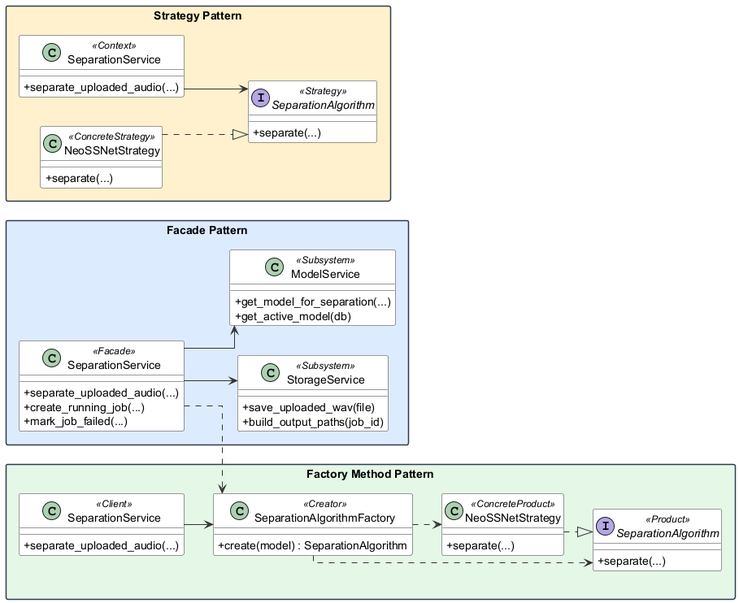
Before: docs/software_design_report/diagrams/img/overall_class_diagram_main.png, a diagram exported from PlantUML (ASHRAF-2004/Machine-Learning-Based-System-for-Cardiopulmonary-Sound-Separation).
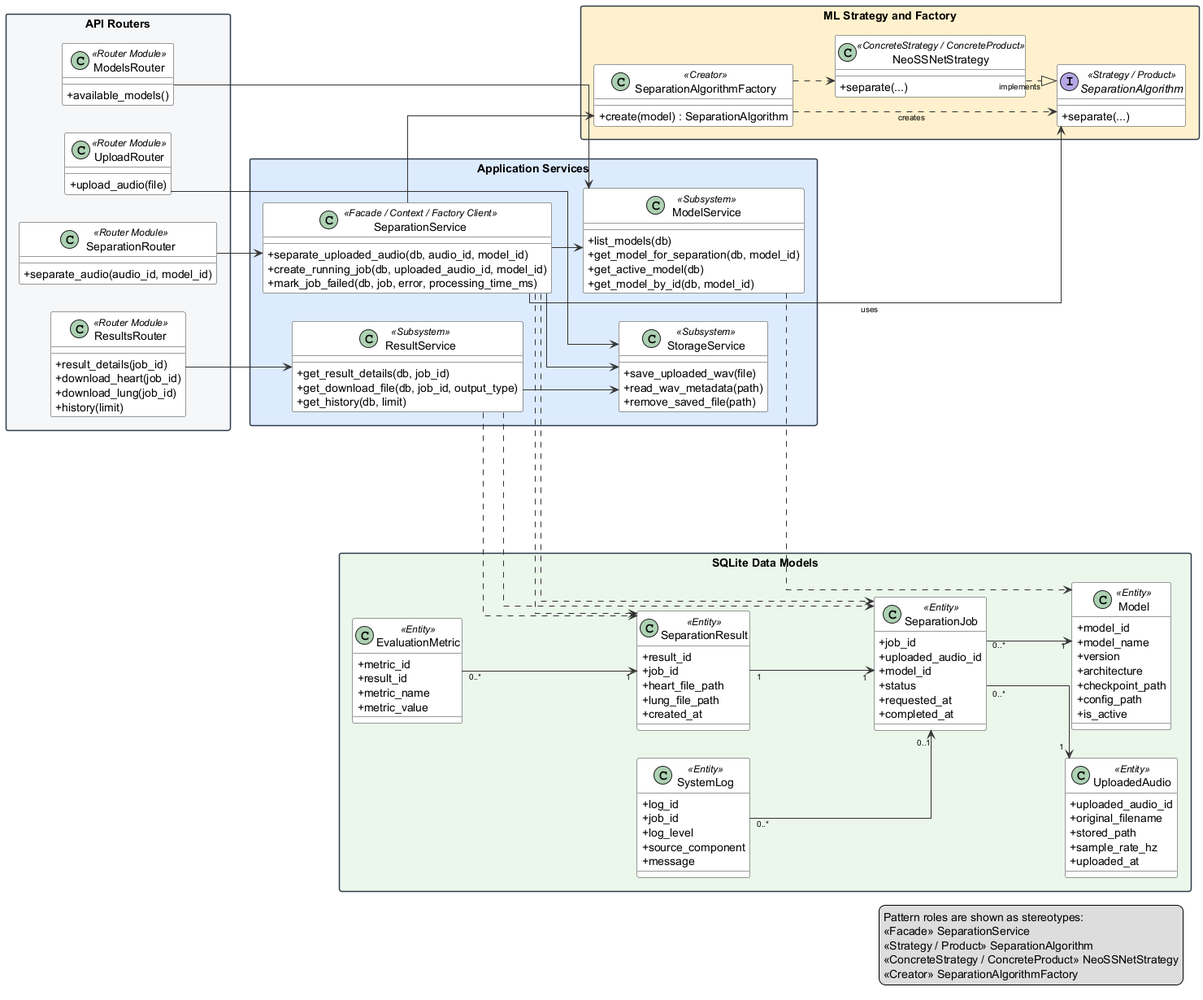
The same diagram one commit later.

Commit message:
Fix overall class diagram to show full system structure

The edit, as a diff of the source:
```diff
@@ -5,8 +5,9 @@
 skinparam linetype ortho
 skinparam shadowing false
 skinparam packageStyle rectangle
-skinparam nodesep 36
-skinparam ranksep 36
+skinparam nodesep 34
+skinparam ranksep 38
+skinparam ArrowFontSize 10
 skinparam class {
   BackgroundColor #FFFFFF
   BorderColor #333333
@@ -17,67 +18,152 @@
   FontStyle bold
 }
 
-package "Facade Pattern" as FacadePkg #DCEBFF {
-  class "SeparationService" as FacadeService <<Facade>> {
-    +separate_uploaded_audio(...)
-    +create_running_job(...)
-    +mark_job_failed(...)
+package "API Routers" as Routers #F4F6F8 {
+  class UploadRouter <<Router Module>> {
+    +upload_audio(file)
   }
 
-  class "StorageService" as FacadeStorage <<Subsystem>> {
-    +save_uploaded_wav(file)
-    +build_output_paths(job_id)
+  class SeparationRouter <<Router Module>> {
+    +separate_audio(audio_id, model_id)
   }
 
-  class "ModelService" as FacadeModel <<Subsystem>> {
-    +get_model_for_separation(...)
-    +get_active_model(db)
+  class ModelsRouter <<Router Module>> {
+    +available_models()
   }
 
-  FacadeService --> FacadeModel
-  FacadeService --> FacadeStorage
+  class ResultsRouter <<Router Module>> {
+    +result_details(job_id)
+    +download_heart(job_id)
+    +download_lung(job_id)
+    +history(limit)
+  }
 }
 
-package "Strategy Pattern" as StrategyPkg #FFF1CC {
-  class "SeparationService" as StrategyContext <<Context>> {
-    +separate_uploaded_audio(...)
+package "Application Services" as Services #DCEBFF {
+  class SeparationService <<Facade / Context / Factory Client>> {
+    +separate_uploaded_audio(db, audio_id, model_id)
+    +create_running_job(db, uploaded_audio_id, model_id)
+    +mark_job_failed(db, job, error, processing_time_ms)
   }
 
-  interface "SeparationAlgorithm" as StrategyInterface <<Strategy>> {
+  class ModelService <<Subsystem>> {
+    +list_models(db)
+    +get_model_for_separation(db, model_id)
+    +get_active_model(db)
+    +get_model_by_id(db, model_id)
+  }
+
+  class StorageService <<Subsystem>> {
+    +save_uploaded_wav(file)
+    +read_wav_metadata(path)
+    +remove_saved_file(path)
+  }
+
+  class ResultService <<Subsystem>> {
+    +get_result_details(db, job_id)
+    +get_download_file(db, job_id, output_type)
+    +get_history(db, limit)
+  }
+}
+
+package "ML Strategy and Factory" as ML #FFF1CC {
+  class SeparationAlgorithmFactory <<Creator>> {
+    +create(model) : SeparationAlgorithm
+  }
+
+  interface SeparationAlgorithm <<Strategy / Product>> {
     +separate(...)
   }
 
-  class "NeoSSNetStrategy" as StrategyConcrete <<ConcreteStrategy>> {
+  class NeoSSNetStrategy <<ConcreteStrategy / ConcreteProduct>> {
     +separate(...)
   }
-
-  StrategyContext --> StrategyInterface
-  StrategyConcrete ..|> StrategyInterface
 }
 
-package "Factory Method Pattern" as FactoryPkg #E4F7E7 {
-  class "SeparationService" as FactoryClient <<Client>> {
-    +separate_uploaded_audio(...)
+package "SQLite Data Models" as Data #EAF7EA {
+  class UploadedAudio <<Entity>> {
+    +uploaded_audio_id
+    +original_filename
+    +stored_path
+    +sample_rate_hz
+    +uploaded_at
   }
 
-  class "SeparationAlgorithmFactory" as FactoryCreator <<Creator>> {
-    +create(model) : SeparationAlgorithm
+  class Model <<Entity>> {
+    +model_id
+    +model_name
+    +version
+    +architecture
+    +checkpoint_path
+    +config_path
+    +is_active
   }
 
-  interface "SeparationAlgorithm" as FactoryProduct <<Product>> {
-    +separate(...)
+  class SeparationJob <<Entity>> {
+    +job_id
+    +uploaded_audio_id
+    +model_id
+    +status
+    +requested_at
+    +completed_at
   }
 
-  class "NeoSSNetStrategy" as FactoryConcreteProduct <<ConcreteProduct>> {
-    +separate(...)
+  class SeparationResult <<Entity>> {
+    +result_id
+    +job_id
+    +heart_file_path
+    +lung_file_path
+    +created_at
   }
 
-  FactoryClient --> FactoryCreator
-  FactoryCreator ..> FactoryProduct
-  FactoryCreator ..> FactoryConcreteProduct
-  FactoryConcreteProduct ..|> FactoryProduct
+  class EvaluationMetric <<Entity>> {
+    +metric_id
+    +result_id
+    +metric_name
+    +metric_value
+  }
+
+  class SystemLog <<Entity>> {
+    +log_id
+    +job_id
+    +log_level
+    +source_component
+    +message
+  }
 }
 
-FacadeService ..> FactoryCreator
+UploadRouter --> StorageService
+SeparationRouter --> SeparationService
+ModelsRouter --> ModelService
+ResultsRouter --> ResultService
+
+SeparationService --> ModelService
+SeparationService --> StorageService
+SeparationService --> SeparationAlgorithmFactory
+SeparationService --> SeparationAlgorithm : uses
+SeparationService ..> SeparationJob
+SeparationService ..> SeparationResult
+ResultService --> StorageService
+ResultService ..> SeparationJob
+ResultService ..> SeparationResult
+ModelService ..> Model
+
+SeparationAlgorithmFactory ..> SeparationAlgorithm : creates
+SeparationAlgorithmFactory ..> NeoSSNetStrategy
+NeoSSNetStrategy ..|> SeparationAlgorithm : implements
+
+SeparationJob "0..*" --> "1" UploadedAudio
+SeparationJob "0..*" --> "1" Model
+SeparationResult "1" --> "1" SeparationJob
+EvaluationMetric "0..*" --> "1" SeparationResult
+SystemLog "0..*" --> "0..1" SeparationJob
+
+legend right
+  Pattern roles are shown as stereotypes:
+  <<Facade>> SeparationService
+  <<Strategy / Product>> SeparationAlgorithm
+  <<ConcreteStrategy / ConcreteProduct>> NeoSSNetStrategy
+  <<Creator>> SeparationAlgorithmFactory
+endlegend
 
 @enduml
```
